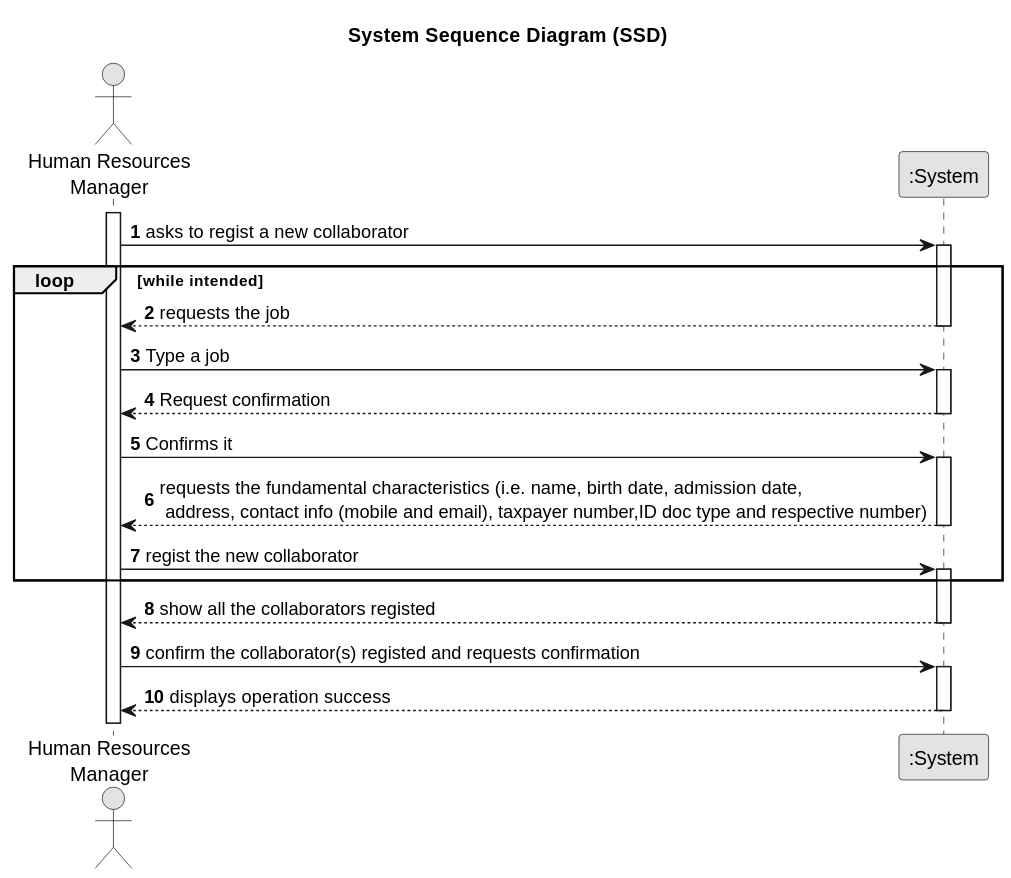
Above: docs/sprintA/us003/01.requirements-engineering/svg/us003-system-sequence-diagram-alternative-one.svg in 1231360-ISEP/lei-24-s2-1db-g021 (PlantUML), before the change.
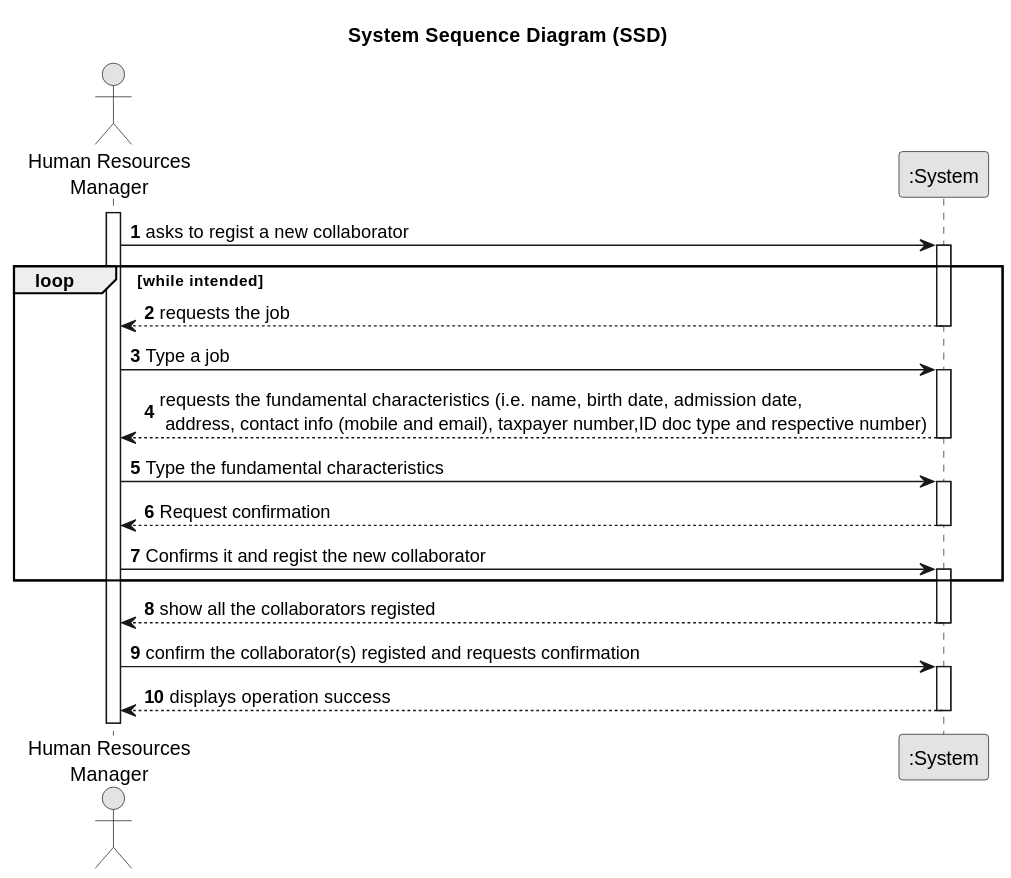
After the commit.

The edit, as a diff of the source:
```diff
@@ -20,14 +20,14 @@
         deactivate System
         HRM -> System : Type a job
         activate System
+
+        System --> HRM : requests the fundamental characteristics (i.e. name, birth date, admission date,\n address, contact info (mobile and email), taxpayer number,ID doc type and respective number)
+        deactivate System
+        HRM -> System : Type the fundamental characteristics
+        activate System
         System --> HRM : Request confirmation
         deactivate System
-        HRM -> System : Confirms it
-        activate System
-
-            System --> HRM : requests the fundamental characteristics (i.e. name, birth date, admission date,\n address, contact info (mobile and email), taxpayer number,ID doc type and respective number)
-        deactivate System
-        HRM -> System : regist the new collaborator
+        HRM -> System : Confirms it and regist the new collaborator
         activate System
     end
 
```
